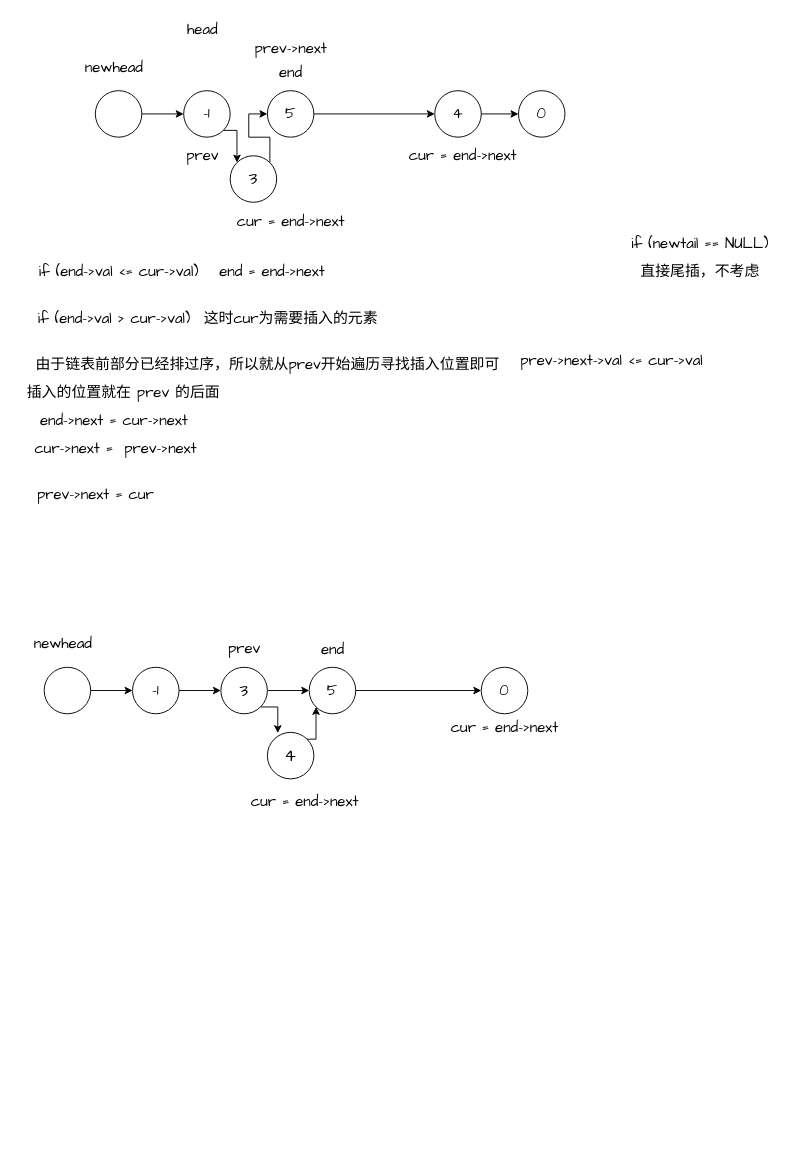
Before: C语言/Leetcode/C语言题库/147. 对链表进行插入排序/图解.drawio in lrisvictoria/coding, a draw.io diagram. Source tidied: cells renumbered, new cells numbered last; positions are measured from the earlier drawing's top-left corner, leaving out a move shared by most shapes. Both pictures are drawn from the tidied source at 93%, with x=0, y=0 at pixel (16, 16).
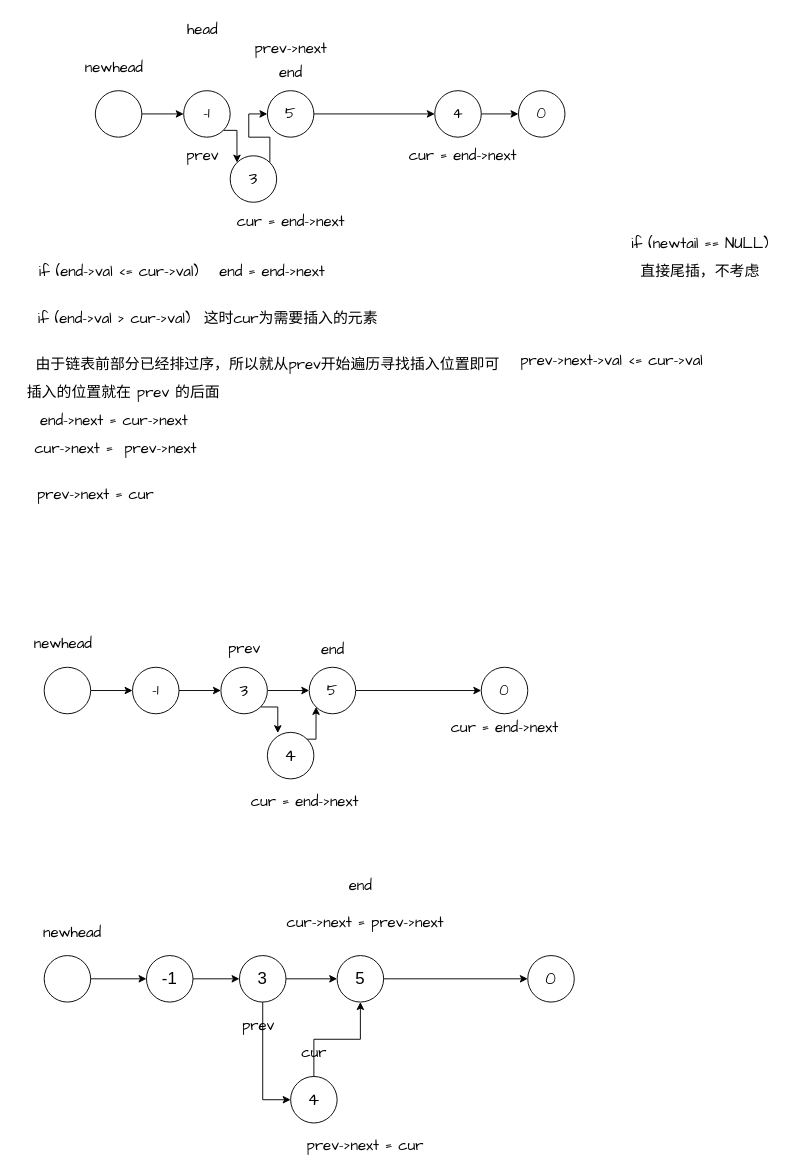
The same page after the edit.

Commit message (it also covers changes not shown here):
11.3 一次遍历 二刷

Change to the diagram source:
```diff
@@
+    <mxCell id="50" style="edgeStyle=orthogonalEdgeStyle;rounded=0;jettySize=auto;html=1;fontFamily=Comic Sans MS;fontSize=16;" parent="1" edge="1" source="51" target="53">
+      <mxGeometry relative="1" as="geometry" />
+    </mxCell>
+    <mxCell id="51" style="ellipse;whiteSpace=wrap;html=1;fontSize=18;" parent="1" vertex="1">
+      <mxGeometry x="30" y="1010" width="50" height="50" as="geometry" />
+    </mxCell>
+    <mxCell id="52" style="edgeStyle=orthogonalEdgeStyle;rounded=0;jettySize=auto;html=1;fontFamily=Comic Sans MS;fontSize=16;" parent="1" edge="1" source="53" target="56">
+      <mxGeometry relative="1" as="geometry" />
+    </mxCell>
+    <mxCell id="53" value="-1" style="ellipse;whiteSpace=wrap;html=1;fontSize=18;" parent="1" vertex="1">
+      <mxGeometry x="140" y="1010" width="50" height="50" as="geometry" />
+    </mxCell>
+    <mxCell id="54" style="edgeStyle=orthogonalEdgeStyle;rounded=0;jettySize=auto;html=1;fontFamily=Comic Sans MS;fontSize=16;" parent="1" edge="1" source="56" target="58">
+      <mxGeometry relative="1" as="geometry" />
+    </mxCell>
+    <mxCell id="55" style="edgeStyle=orthogonalEdgeStyle;rounded=0;jettySize=auto;html=1;exitX=0.5;exitY=1;exitDx=0;exitDy=0;entryX=0;entryY=0.5;entryDx=0;entryDy=0;fontFamily=Comic Sans MS;fontSize=16;" parent="1" edge="1" source="56" target="65">
+      <mxGeometry relative="1" as="geometry" />
+    </mxCell>
+    <mxCell id="56" value="3" style="ellipse;whiteSpace=wrap;html=1;fontSize=18;" parent="1" vertex="1">
+      <mxGeometry x="240" y="1010" width="50" height="50" as="geometry" />
+    </mxCell>
+    <mxCell id="57" style="edgeStyle=orthogonalEdgeStyle;rounded=0;jettySize=auto;html=1;fontFamily=Comic Sans MS;fontSize=16;entryX=0;entryY=0.5;entryDx=0;entryDy=0;" parent="1" edge="1" source="58" target="62">
+      <mxGeometry relative="1" as="geometry" />
+    </mxCell>
+    <mxCell id="58" value="5" style="ellipse;whiteSpace=wrap;html=1;fontSize=18;" parent="1" vertex="1">
+      <mxGeometry x="345" y="1010" width="50" height="50" as="geometry" />
+    </mxCell>
+    <mxCell id="59" value="&lt;font style=&quot;font-size: 16px;&quot; face=&quot;Comic Sans MS&quot;&gt;newhead&lt;/font&gt;" style="text;html=1;align=center;verticalAlign=middle;strokeColor=none;fillColor=none;" parent="1" vertex="1">
+      <mxGeometry x="15" y="970" width="90" height="30" as="geometry" />
+    </mxCell>
+    <mxCell id="60" value="prev" style="text;html=1;align=center;verticalAlign=middle;strokeColor=none;fillColor=none;fontSize=16;fontFamily=Comic Sans MS;" parent="1" vertex="1">
+      <mxGeometry x="230" y="1070" width="60" height="30" as="geometry" />
+    </mxCell>
+    <mxCell id="61" value="end" style="text;html=1;align=center;verticalAlign=middle;strokeColor=none;fillColor=none;fontSize=16;fontFamily=Comic Sans MS;" parent="1" vertex="1">
+      <mxGeometry x="345" y="920" width="50" height="30" as="geometry" />
+    </mxCell>
+    <mxCell id="62" value="0" style="ellipse;whiteSpace=wrap;html=1;fontSize=18;fontFamily=Comic Sans MS;" parent="1" vertex="1">
+      <mxGeometry x="550" y="1010" width="50" height="50" as="geometry" />
+    </mxCell>
+    <mxCell id="63" value="prev-&amp;gt;next = cur" style="text;html=1;align=center;verticalAlign=middle;strokeColor=none;fillColor=none;fontSize=16;fontFamily=Comic Sans MS;" parent="1" vertex="1">
+      <mxGeometry x="300" y="1200" width="150" height="30" as="geometry" />
+    </mxCell>
+    <mxCell id="64" style="edgeStyle=orthogonalEdgeStyle;rounded=0;jettySize=auto;html=1;entryX=0.5;entryY=1;entryDx=0;entryDy=0;fontFamily=Comic Sans MS;fontSize=16;" parent="1" edge="1" source="65" target="58">
+      <mxGeometry relative="1" as="geometry" />
+    </mxCell>
+    <mxCell id="65" value="4" style="ellipse;whiteSpace=wrap;html=1;fontSize=18;fontFamily=Comic Sans MS;" parent="1" vertex="1">
+      <mxGeometry x="295" y="1140" width="50" height="50" as="geometry" />
+    </mxCell>
+    <mxCell id="66" value="cur" style="text;html=1;align=center;verticalAlign=middle;strokeColor=none;fillColor=none;fontSize=16;fontFamily=Comic Sans MS;" parent="1" vertex="1">
+      <mxGeometry x="295" y="1100" width="50" height="30" as="geometry" />
+    </mxCell>
+    <mxCell id="67" value="cur-&amp;gt;next = prev-&amp;gt;next" style="text;html=1;align=center;verticalAlign=middle;strokeColor=none;fillColor=none;fontSize=16;fontFamily=Comic Sans MS;" parent="1" vertex="1">
+      <mxGeometry x="280" y="960" width="190" height="30" as="geometry" />
+    </mxCell>
```
